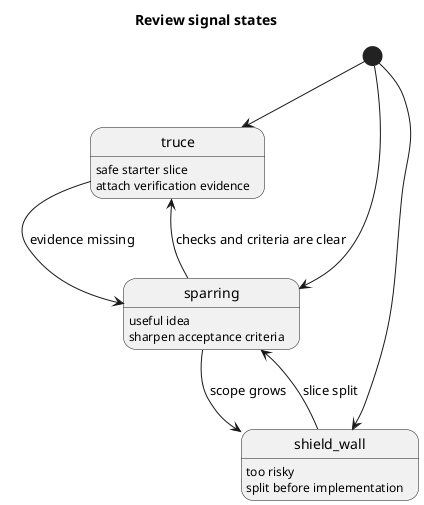
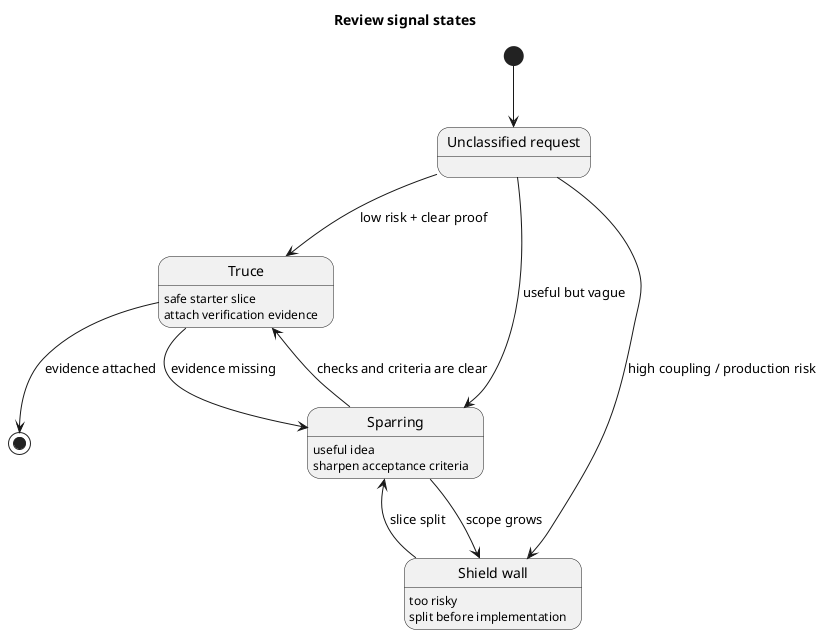
@startuml
title Review signal states

- [*] --> truce
- [*] --> sparring
- [*] --> shield_wall
+ state "Unclassified request" as unclassified
+ state "Truce" as truce
+ state "Sparring" as sparring
+ state "Shield wall" as shield_wall

- truce: safe starter slice
- truce: attach verification evidence
+ truce : safe starter slice
+ truce : attach verification evidence

- sparring: useful idea
- sparring: sharpen acceptance criteria
+ sparring : useful idea
+ sparring : sharpen acceptance criteria

- shield_wall: too risky
- shield_wall: split before implementation
+ shield_wall : too risky
+ shield_wall : split before implementation

- truce --> sparring: evidence missing
- sparring --> shield_wall: scope grows
- shield_wall --> sparring: slice split
- sparring --> truce: checks and criteria are clear
+ [*] --> unclassified
+ unclassified --> truce : low risk + clear proof
+ unclassified --> sparring : useful but vague
+ unclassified --> shield_wall : high coupling / production risk
+ 
+ truce --> sparring : evidence missing
+ sparring --> shield_wall : scope grows
+ shield_wall --> sparring : slice split
+ sparring --> truce : checks and criteria are clear
+ truce --> [*] : evidence attached

@enduml
